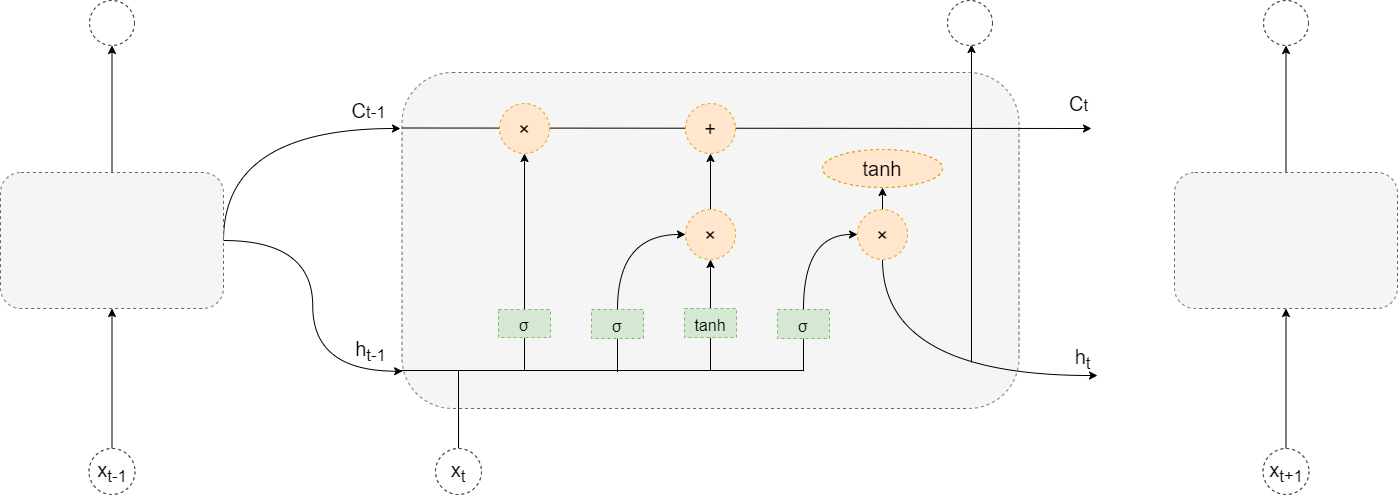
The draw.io diagram Untitled Diagram.drawio.png in lakomi/pictures, before a commit. Source tidied: cells renumbered, new cells last; positions are measured from the earlier drawing's top-left corner, leaving out a move shared by most shapes.
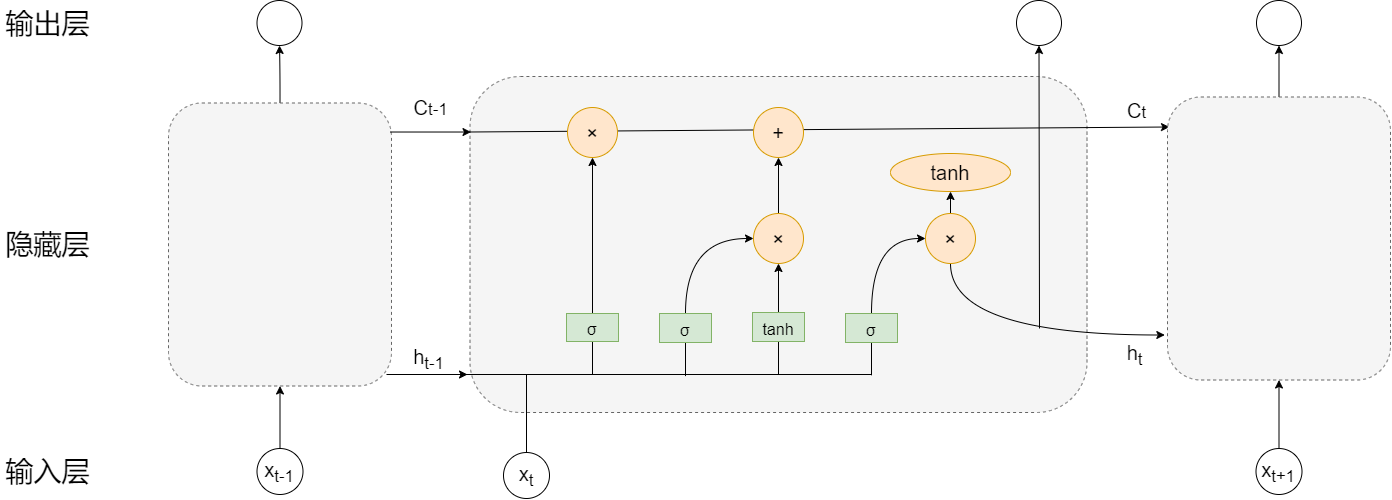
The same diagram one commit later.

Diff of the diagram source:
```diff
@@ -10,7 +10,7 @@
         <mxPoint x="458" y="370" as="targetPoint" />
       </mxGeometry>
     </mxCell>
-    <mxCell id="4" value="x&lt;sub&gt;t&lt;/sub&gt;" style="ellipse;whiteSpace=wrap;html=1;dashed=1;fontSize=20;strokeColor=#000000;strokeWidth=1;" parent="1" vertex="1">
+    <mxCell id="4" value="x&lt;sub&gt;t&lt;/sub&gt;" style="ellipse;whiteSpace=wrap;html=1;fontSize=20;strokeColor=#000000;strokeWidth=1;" parent="1" vertex="1">
       <mxGeometry x="435" y="448" width="46" height="46" as="geometry" />
     </mxCell>
     <mxCell id="5" style="edgeStyle=orthogonalEdgeStyle;rounded=0;jettySize=auto;html=1;exitX=0.5;exitY=0;exitDx=0;exitDy=0;entryX=0.5;entryY=1;entryDx=0;entryDy=0;fontSize=20;" parent="1" edge="1" source="7" target="24">
@@ -21,7 +21,7 @@
         <mxPoint x="524" y="370" as="targetPoint" />
       </mxGeometry>
     </mxCell>
-    <mxCell id="7" value="&lt;p class=&quot;MsoNormal&quot;&gt;&lt;span style=&quot;font-size: 12.0000pt&quot;&gt;σ&lt;/span&gt;&lt;/p&gt;" style="rounded=0;whiteSpace=wrap;html=1;dashed=1;fontSize=20;strokeColor=#82b366;strokeWidth=1;fillColor=#d5e8d4;" parent="1" vertex="1">
+    <mxCell id="7" value="&lt;p class=&quot;MsoNormal&quot;&gt;&lt;span style=&quot;font-size: 12.0000pt&quot;&gt;σ&lt;/span&gt;&lt;/p&gt;" style="rounded=0;whiteSpace=wrap;html=1;fontSize=20;strokeColor=#82b366;strokeWidth=1;fillColor=#d5e8d4;" parent="1" vertex="1">
       <mxGeometry x="498" y="309" width="52" height="28" as="geometry" />
     </mxCell>
     <mxCell id="8" style="edgeStyle=orthogonalEdgeStyle;rounded=0;jettySize=auto;html=1;exitX=0.5;exitY=0;exitDx=0;exitDy=0;entryX=0;entryY=0.5;entryDx=0;entryDy=0;fontSize=20;curved=1;" parent="1" edge="1" source="10" target="18">
@@ -32,7 +32,7 @@
         <mxPoint x="617" y="371.6" as="targetPoint" />
       </mxGeometry>
     </mxCell>
-    <mxCell id="10" value="&lt;p class=&quot;MsoNormal&quot;&gt;&lt;span style=&quot;font-size: 12.0000pt&quot;&gt;σ&lt;/span&gt;&lt;/p&gt;" style="rounded=0;whiteSpace=wrap;html=1;dashed=1;fontSize=20;strokeColor=#82b366;strokeWidth=1;fillColor=#d5e8d4;" parent="1" vertex="1">
+    <mxCell id="10" value="&lt;p class=&quot;MsoNormal&quot;&gt;&lt;span style=&quot;font-size: 12.0000pt&quot;&gt;σ&lt;/span&gt;&lt;/p&gt;" style="rounded=0;whiteSpace=wrap;html=1;fontSize=20;strokeColor=#82b366;strokeWidth=1;fillColor=#d5e8d4;" parent="1" vertex="1">
       <mxGeometry x="591" y="309" width="52" height="29" as="geometry" />
     </mxCell>
     <mxCell id="11" style="edgeStyle=orthogonalEdgeStyle;rounded=0;jettySize=auto;html=1;exitX=0.5;exitY=0;exitDx=0;exitDy=0;entryX=0.5;entryY=1;entryDx=0;entryDy=0;fontSize=20;" parent="1" edge="1" source="13" target="18">
@@ -43,7 +43,7 @@
         <mxPoint x="710" y="370" as="targetPoint" />
       </mxGeometry>
     </mxCell>
-    <mxCell id="13" value="&lt;p class=&quot;MsoNormal&quot;&gt;&lt;span style=&quot;font-size: 12.0000pt&quot;&gt;tanh&lt;/span&gt;&lt;/p&gt;" style="rounded=0;whiteSpace=wrap;html=1;dashed=1;fontSize=20;strokeColor=#82b366;strokeWidth=1;fillColor=#d5e8d4;" parent="1" vertex="1">
+    <mxCell id="13" value="&lt;p class=&quot;MsoNormal&quot;&gt;&lt;span style=&quot;font-size: 12.0000pt&quot;&gt;tanh&lt;/span&gt;&lt;/p&gt;" style="rounded=0;whiteSpace=wrap;html=1;fontSize=20;strokeColor=#82b366;strokeWidth=1;fillColor=#d5e8d4;" parent="1" vertex="1">
       <mxGeometry x="684" y="308" width="52" height="29" as="geometry" />
     </mxCell>
     <mxCell id="14" style="edgeStyle=orthogonalEdgeStyle;rounded=0;jettySize=auto;html=1;exitX=0.5;exitY=0;exitDx=0;exitDy=0;entryX=0;entryY=0.5;entryDx=0;entryDy=0;fontSize=20;curved=1;" parent="1" edge="1" source="16" target="21">
@@ -54,43 +54,40 @@
         <mxPoint x="803" y="370.8" as="targetPoint" />
       </mxGeometry>
     </mxCell>
-    <mxCell id="16" value="&lt;p class=&quot;MsoNormal&quot;&gt;&lt;span style=&quot;font-size: 12.0000pt&quot;&gt;σ&lt;/span&gt;&lt;/p&gt;" style="rounded=0;whiteSpace=wrap;html=1;dashed=1;fontSize=20;strokeColor=#82b366;strokeWidth=1;fillColor=#d5e8d4;" parent="1" vertex="1">
+    <mxCell id="16" value="&lt;p class=&quot;MsoNormal&quot;&gt;&lt;span style=&quot;font-size: 12.0000pt&quot;&gt;σ&lt;/span&gt;&lt;/p&gt;" style="rounded=0;whiteSpace=wrap;html=1;fontSize=20;strokeColor=#82b366;strokeWidth=1;fillColor=#d5e8d4;" parent="1" vertex="1">
       <mxGeometry x="777" y="309" width="52" height="29" as="geometry" />
     </mxCell>
     <mxCell id="17" style="edgeStyle=orthogonalEdgeStyle;rounded=0;jettySize=auto;html=1;exitX=0.5;exitY=0;exitDx=0;exitDy=0;entryX=0.5;entryY=1;entryDx=0;entryDy=0;fontSize=20;" parent="1" edge="1" source="18" target="25">
       <mxGeometry relative="1" as="geometry" />
     </mxCell>
-    <mxCell id="18" value="×" style="ellipse;whiteSpace=wrap;html=1;dashed=1;fontSize=20;strokeColor=#d79b00;strokeWidth=1;fillColor=#ffe6cc;" parent="1" vertex="1">
+    <mxCell id="18" value="×" style="ellipse;whiteSpace=wrap;html=1;fontSize=20;strokeColor=#d79b00;strokeWidth=1;fillColor=#ffe6cc;" parent="1" vertex="1">
       <mxGeometry x="685" y="209" width="50" height="50" as="geometry" />
     </mxCell>
     <mxCell id="19" style="edgeStyle=orthogonalEdgeStyle;rounded=0;jettySize=auto;html=1;exitX=0.5;exitY=0;exitDx=0;exitDy=0;entryX=0.5;entryY=1;entryDx=0;entryDy=0;fontSize=20;" parent="1" edge="1" source="21" target="22">
       <mxGeometry relative="1" as="geometry" />
     </mxCell>
-    <mxCell id="20" style="edgeStyle=orthogonalEdgeStyle;rounded=0;jettySize=auto;html=1;exitX=0.5;exitY=1;exitDx=0;exitDy=0;fontSize=20;endArrow=classic;endFill=1;elbow=vertical;curved=1;" parent="1" edge="1" source="21">
-      <mxGeometry relative="1" as="geometry">
-        <mxPoint x="1097" y="375" as="targetPoint" />
-        <Array as="points">
-          <mxPoint x="882" y="375" />
-          <mxPoint x="1097" y="375" />
-        </Array>
-      </mxGeometry>
-    </mxCell>
+    <mxCell id="45" style="edgeStyle=orthogonalEdgeStyle;curved=1;rounded=0;jettySize=auto;html=1;exitX=0.5;exitY=1;exitDx=0;exitDy=0;entryX=-0.012;entryY=0.841;entryDx=0;entryDy=0;entryPerimeter=0;fontSize=20;endArrow=classic;endFill=1;elbow=vertical;" parent="1" edge="1" source="21" target="38">
+      <mxGeometry relative="1" as="geometry">
+        <Array as="points">
+          <mxPoint x="882" y="331" />
+        </Array>
+      </mxGeometry>
+    </mxCell>
-    <mxCell id="21" value="×" style="ellipse;whiteSpace=wrap;html=1;dashed=1;fontSize=20;strokeColor=#d79b00;strokeWidth=1;fillColor=#ffe6cc;" parent="1" vertex="1">
+    <mxCell id="21" value="×" style="ellipse;whiteSpace=wrap;html=1;fontSize=20;strokeColor=#d79b00;strokeWidth=1;fillColor=#ffe6cc;" parent="1" vertex="1">
       <mxGeometry x="857" y="209" width="50" height="50" as="geometry" />
     </mxCell>
-    <mxCell id="22" value="tanh" style="ellipse;whiteSpace=wrap;html=1;dashed=1;fontSize=20;strokeColor=#d79b00;strokeWidth=1;fillColor=#ffe6cc;" parent="1" vertex="1">
+    <mxCell id="22" value="tanh" style="ellipse;whiteSpace=wrap;html=1;fontSize=20;strokeColor=#d79b00;strokeWidth=1;fillColor=#ffe6cc;" parent="1" vertex="1">
       <mxGeometry x="822" y="149" width="120" height="38" as="geometry" />
     </mxCell>
-    <mxCell id="23" style="endArrow=classic;html=1;rounded=0;fontSize=20;curved=1;" parent="1" edge="1">
+    <mxCell id="23" style="endArrow=classic;html=1;rounded=0;fontSize=20;curved=1;entryX=0.009;entryY=0.106;entryDx=0;entryDy=0;entryPerimeter=0;" parent="1" edge="1" target="38">
       <mxGeometry relative="1" as="geometry">
         <mxPoint x="401.5" y="127.5" as="sourcePoint" />
-        <mxPoint x="1091" y="128" as="targetPoint" />
       </mxGeometry>
     </mxCell>
-    <mxCell id="24" value="×" style="ellipse;whiteSpace=wrap;html=1;dashed=1;fontSize=20;strokeColor=#d79b00;strokeWidth=1;fillColor=#ffe6cc;" parent="1" vertex="1">
+    <mxCell id="24" value="×" style="ellipse;whiteSpace=wrap;html=1;fontSize=20;strokeColor=#d79b00;strokeWidth=1;fillColor=#ffe6cc;" parent="1" vertex="1">
       <mxGeometry x="499" y="103" width="50" height="50" as="geometry" />
     </mxCell>
-    <mxCell id="25" value="+" style="ellipse;whiteSpace=wrap;html=1;dashed=1;fontSize=20;strokeColor=#d79b00;strokeWidth=1;fillColor=#ffe6cc;" parent="1" vertex="1">
+    <mxCell id="25" value="+" style="ellipse;whiteSpace=wrap;html=1;fontSize=20;strokeColor=#d79b00;strokeWidth=1;fillColor=#ffe6cc;" parent="1" vertex="1">
       <mxGeometry x="685" y="103" width="50" height="50" as="geometry" />
     </mxCell>
     <mxCell id="26" style="endArrow=none;html=1;rounded=0;fontSize=20;curved=1;" parent="1" edge="1">
@@ -99,67 +96,76 @@
         <mxPoint x="803" y="370" as="targetPoint" />
       </mxGeometry>
     </mxCell>
-    <mxCell id="27" style="endArrow=classic;html=1;rounded=0;fontSize=20;curved=1;elbow=vertical;" parent="1" edge="1">
+    <mxCell id="27" style="endArrow=classic;html=1;rounded=0;fontSize=20;curved=1;elbow=vertical;entryX=0.5;entryY=1;entryDx=0;entryDy=0;" parent="1" edge="1" target="30">
       <mxGeometry relative="1" as="geometry">
-        <mxPoint x="971" y="362" as="sourcePoint" />
-        <mxPoint x="971" y="44" as="targetPoint" />
+        <mxPoint x="971" y="324" as="sourcePoint" />
       </mxGeometry>
     </mxCell>
     <mxCell id="28" value="C&lt;span style=&quot;font-size: 16.6667px&quot;&gt;t&lt;br&gt;&lt;/span&gt;" style="text;html=1;align=center;verticalAlign=middle;strokeColor=none;fillColor=none;fontSize=20;" parent="1" vertex="1">
-      <mxGeometry x="1063" y="88" width="29" height="30" as="geometry" />
+      <mxGeometry x="1053" y="91" width="29" height="30" as="geometry" />
     </mxCell>
     <mxCell id="29" value="C&lt;span style=&quot;font-size: 16.6667px&quot;&gt;t-1&lt;br&gt;&lt;/span&gt;" style="text;html=1;align=center;verticalAlign=middle;strokeColor=none;fillColor=none;fontSize=20;" parent="1" vertex="1">
-      <mxGeometry x="346" y="95" width="44" height="30" as="geometry" />
+      <mxGeometry x="340" y="88" width="44" height="30" as="geometry" />
     </mxCell>
-    <mxCell id="30" style="ellipse;whiteSpace=wrap;html=1;dashed=1;fontSize=20;strokeColor=#000000;strokeWidth=1;" parent="1" vertex="1">
-      <mxGeometry x="947" width="45" height="45" as="geometry" />
+    <mxCell id="30" style="ellipse;whiteSpace=wrap;html=1;fontSize=20;strokeColor=#000000;strokeWidth=1;" parent="1" vertex="1">
+      <mxGeometry x="948" y="-4" width="45" height="45" as="geometry" />
     </mxCell>
     <mxCell id="31" value="h&lt;sub&gt;t&lt;br&gt;&lt;/sub&gt;" style="text;html=1;align=center;verticalAlign=middle;strokeColor=none;fillColor=none;fontSize=20;" parent="1" vertex="1">
-      <mxGeometry x="1069" y="341" width="26" height="34" as="geometry" />
+      <mxGeometry x="1053" y="333" width="26" height="34" as="geometry" />
     </mxCell>
     <mxCell id="32" value="h&lt;sub&gt;t-1&lt;br&gt;&lt;/sub&gt;" style="text;html=1;align=center;verticalAlign=middle;strokeColor=none;fillColor=none;fontSize=20;" parent="1" vertex="1">
-      <mxGeometry x="350" y="333" width="40" height="34" as="geometry" />
+      <mxGeometry x="340" y="337" width="40" height="34" as="geometry" />
     </mxCell>
-    <mxCell id="33" style="edgeStyle=orthogonalEdgeStyle;curved=1;rounded=0;jettySize=auto;html=1;exitX=0.5;exitY=0;exitDx=0;exitDy=0;entryX=0.5;entryY=1;entryDx=0;entryDy=0;fontSize=20;endArrow=classic;endFill=1;elbow=vertical;" parent="1" edge="1" source="36" target="43">
-      <mxGeometry relative="1" as="geometry" />
-    </mxCell>
-    <mxCell id="34" style="edgeStyle=orthogonalEdgeStyle;curved=1;rounded=0;jettySize=auto;html=1;exitX=1;exitY=0.5;exitDx=0;exitDy=0;fontSize=20;endArrow=classic;endFill=1;elbow=vertical;" parent="1" edge="1" source="36">
-      <mxGeometry relative="1" as="geometry">
-        <mxPoint x="400" y="128" as="targetPoint" />
-        <Array as="points">
-          <mxPoint x="223" y="128" />
-        </Array>
-      </mxGeometry>
-    </mxCell>
-    <mxCell id="35" style="edgeStyle=orthogonalEdgeStyle;curved=1;rounded=0;jettySize=auto;html=1;exitX=1;exitY=0.5;exitDx=0;exitDy=0;entryX=0.001;entryY=0.889;entryDx=0;entryDy=0;entryPerimeter=0;fontSize=20;endArrow=classic;endFill=1;elbow=vertical;" parent="1" edge="1" source="36" target="2">
-      <mxGeometry relative="1" as="geometry" />
-    </mxCell>
-    <mxCell id="36" style="rounded=1;whiteSpace=wrap;html=1;dashed=1;fontSize=20;strokeColor=#666666;strokeWidth=1;fillColor=#f5f5f5;fontColor=#333333;verticalAlign=middle;" parent="1" vertex="1">
-      <mxGeometry y="172" width="223" height="136" as="geometry" />
-    </mxCell>
     <mxCell id="37" style="edgeStyle=orthogonalEdgeStyle;curved=1;rounded=0;jettySize=auto;html=1;exitX=0.5;exitY=0;exitDx=0;exitDy=0;fontSize=20;endArrow=classic;endFill=1;elbow=vertical;" parent="1" edge="1" source="38" target="44">
       <mxGeometry relative="1" as="geometry" />
     </mxCell>
     <mxCell id="38" style="rounded=1;whiteSpace=wrap;html=1;dashed=1;fontSize=20;strokeColor=#666666;strokeWidth=1;fillColor=#f5f5f5;fontColor=#333333;verticalAlign=middle;" parent="1" vertex="1">
-      <mxGeometry x="1174" y="172" width="223" height="136" as="geometry" />
+      <mxGeometry x="1099" y="92.5" width="223" height="283" as="geometry" />
     </mxCell>
-    <mxCell id="39" style="edgeStyle=orthogonalEdgeStyle;curved=1;rounded=0;jettySize=auto;html=1;exitX=0.5;exitY=0;exitDx=0;exitDy=0;entryX=0.5;entryY=1;entryDx=0;entryDy=0;fontSize=20;endArrow=classic;endFill=1;elbow=vertical;" parent="1" edge="1" source="40" target="36">
-      <mxGeometry relative="1" as="geometry" />
-    </mxCell>
+    <mxCell id="46" style="edgeStyle=orthogonalEdgeStyle;curved=1;rounded=0;jettySize=auto;html=1;exitX=0.5;exitY=0;exitDx=0;exitDy=0;entryX=0.5;entryY=1;entryDx=0;entryDy=0;fontSize=20;endArrow=classic;endFill=1;elbow=vertical;" parent="1" edge="1" source="40" target="48">
+      <mxGeometry relative="1" as="geometry" />
+    </mxCell>
-    <mxCell id="40" value="x&lt;sub&gt;t-1&lt;/sub&gt;" style="ellipse;whiteSpace=wrap;html=1;dashed=1;fontSize=20;strokeColor=#000000;strokeWidth=1;" parent="1" vertex="1">
-      <mxGeometry x="88.5" y="448" width="46" height="46" as="geometry" />
+    <mxCell id="40" value="x&lt;sub&gt;t-1&lt;/sub&gt;" style="ellipse;whiteSpace=wrap;html=1;fontSize=20;strokeColor=#000000;strokeWidth=1;" parent="1" vertex="1">
+      <mxGeometry x="188.5" y="444" width="46" height="46" as="geometry" />
     </mxCell>
     <mxCell id="41" style="edgeStyle=orthogonalEdgeStyle;curved=1;rounded=0;jettySize=auto;html=1;exitX=0.5;exitY=0;exitDx=0;exitDy=0;entryX=0.5;entryY=1;entryDx=0;entryDy=0;fontSize=20;endArrow=classic;endFill=1;elbow=vertical;" parent="1" edge="1" source="42" target="38">
       <mxGeometry relative="1" as="geometry" />
     </mxCell>
-    <mxCell id="42" value="x&lt;sub&gt;t+1&lt;/sub&gt;" style="ellipse;whiteSpace=wrap;html=1;dashed=1;fontSize=20;strokeColor=#000000;strokeWidth=1;" parent="1" vertex="1">
-      <mxGeometry x="1262.5" y="448" width="46" height="46" as="geometry" />
+    <mxCell id="42" value="x&lt;sub&gt;t+1&lt;/sub&gt;" style="ellipse;whiteSpace=wrap;html=1;fontSize=20;strokeColor=#000000;strokeWidth=1;" parent="1" vertex="1">
+      <mxGeometry x="1187.5" y="444" width="46" height="46" as="geometry" />
     </mxCell>
-    <mxCell id="43" style="ellipse;whiteSpace=wrap;html=1;dashed=1;fontSize=20;strokeColor=#000000;strokeWidth=1;" parent="1" vertex="1">
-      <mxGeometry x="89" width="45" height="45" as="geometry" />
-    </mxCell>
-    <mxCell id="44" style="ellipse;whiteSpace=wrap;html=1;dashed=1;fontSize=20;strokeColor=#000000;strokeWidth=1;" parent="1" vertex="1">
-      <mxGeometry x="1263" width="45" height="45" as="geometry" />
+    <mxCell id="44" style="ellipse;whiteSpace=wrap;html=1;fontSize=20;strokeColor=#000000;strokeWidth=1;" parent="1" vertex="1">
+      <mxGeometry x="1188" y="-4" width="45" height="45" as="geometry" />
     </mxCell>
+    <mxCell id="47" style="edgeStyle=orthogonalEdgeStyle;curved=1;rounded=0;jettySize=auto;html=1;exitX=0.5;exitY=0;exitDx=0;exitDy=0;entryX=0.5;entryY=1;entryDx=0;entryDy=0;fontSize=20;endArrow=classic;endFill=1;elbow=vertical;" parent="1" edge="1" source="48" target="49">
+      <mxGeometry relative="1" as="geometry" />
+    </mxCell>
+    <mxCell id="48" style="rounded=1;whiteSpace=wrap;html=1;dashed=1;fontSize=20;strokeColor=#666666;strokeWidth=1;fillColor=#f5f5f5;fontColor=#333333;verticalAlign=middle;" parent="1" vertex="1">
+      <mxGeometry x="100" y="98.5" width="223" height="283" as="geometry" />
+    </mxCell>
+    <mxCell id="49" style="ellipse;whiteSpace=wrap;html=1;fontSize=20;strokeColor=#000000;strokeWidth=1;" parent="1" vertex="1">
+      <mxGeometry x="188.5" y="-4" width="45" height="45" as="geometry" />
+    </mxCell>
+    <mxCell id="50" style="endArrow=classic;html=1;rounded=0;fontSize=20;curved=1;elbow=vertical;" parent="1" edge="1">
+      <mxGeometry relative="1" as="geometry">
+        <mxPoint x="321.5" y="127.5" as="sourcePoint" />
+        <mxPoint x="402.5" y="127.5" as="targetPoint" />
+      </mxGeometry>
+    </mxCell>
+    <mxCell id="51" style="endArrow=classic;html=1;rounded=0;fontSize=20;curved=1;elbow=vertical;" parent="1" edge="1">
+      <mxGeometry relative="1" as="geometry">
+        <mxPoint x="318" y="370" as="sourcePoint" />
+        <mxPoint x="399" y="370" as="targetPoint" />
+      </mxGeometry>
+    </mxCell>
+    <mxCell id="52" value="&lt;font style=&quot;font-size: 28px&quot;&gt;输出层&lt;/font&gt;" style="text;html=1;align=center;verticalAlign=middle;strokeColor=none;fillColor=none;fontSize=20;" parent="1" vertex="1">
+      <mxGeometry x="-68" y="3.5" width="94" height="30" as="geometry" />
+    </mxCell>
+    <mxCell id="53" value="&lt;font style=&quot;font-size: 28px&quot;&gt;隐藏层&lt;/font&gt;" style="text;html=1;align=center;verticalAlign=middle;strokeColor=none;fillColor=none;fontSize=20;" parent="1" vertex="1">
+      <mxGeometry x="-68" y="225" width="94" height="30" as="geometry" />
+    </mxCell>
+    <mxCell id="54" value="&lt;span style=&quot;font-size: 28px&quot;&gt;输入层&lt;/span&gt;" style="text;html=1;align=center;verticalAlign=middle;strokeColor=none;fillColor=none;fontSize=20;" parent="1" vertex="1">
+      <mxGeometry x="-68" y="452" width="94" height="30" as="geometry" />
+    </mxCell>
   </root>
 </mxGraphModel>
```
